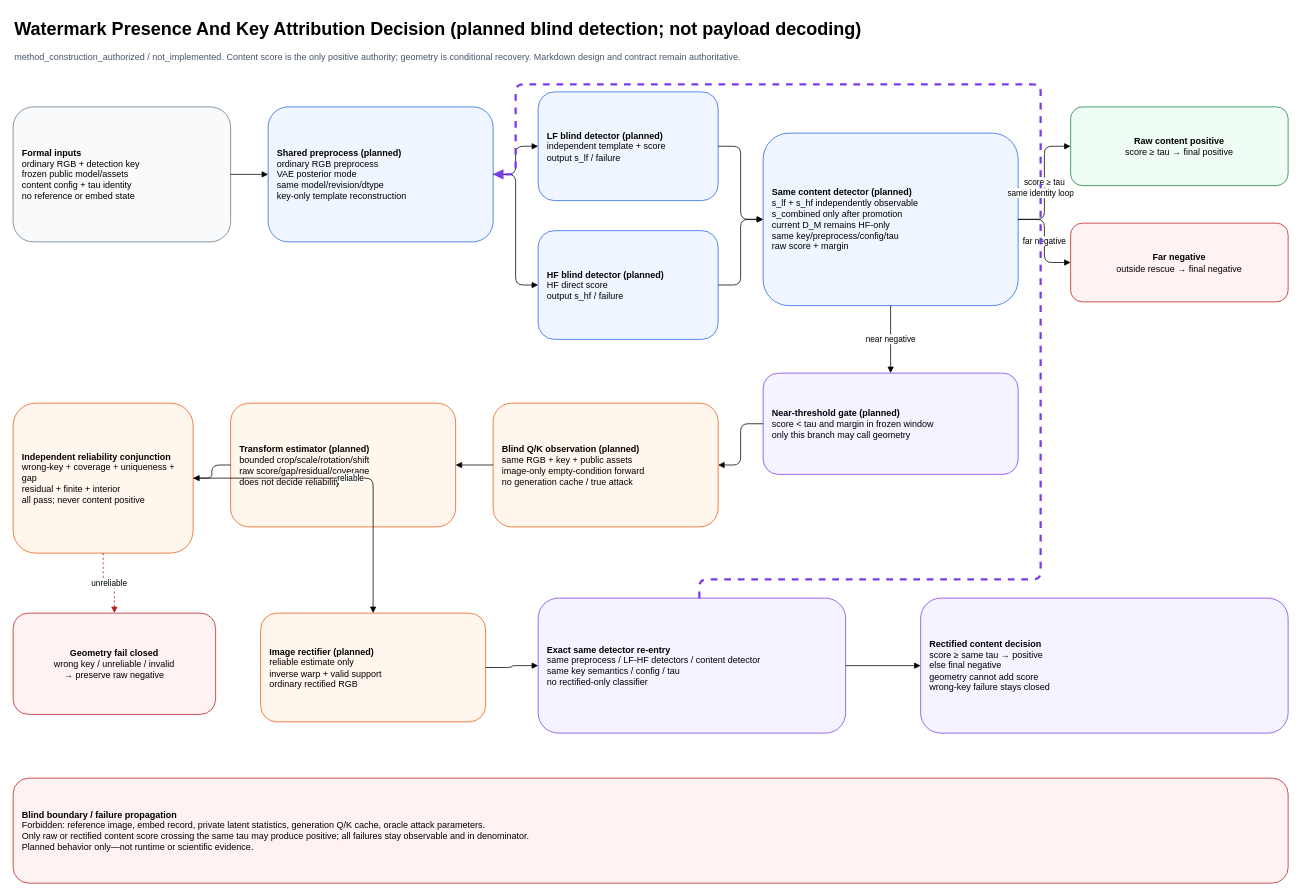
The draw.io diagram docs/design/diagrams/watermark_detection_and_key_attribution.drawio in RICHAAARC/CEG-WM, before the edit. Source tidied: cells renumbered, new cells numbered last; positions are measured from the earlier drawing's top-left corner, leaving out a move shared by most shapes. Both pictures are drawn from the tidied source at 75%, with x=0, y=0 at pixel (13, 13).
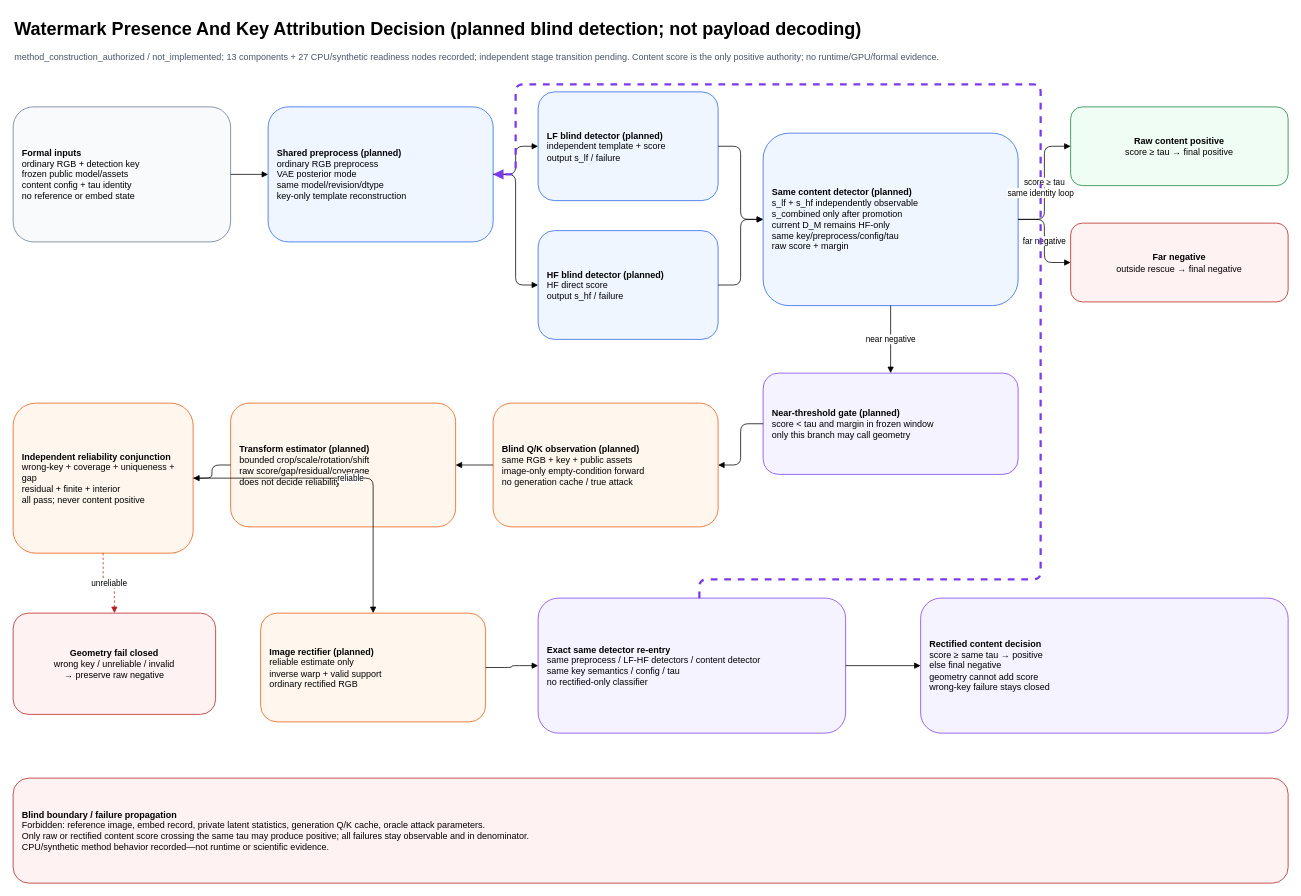
The same diagram, later.

The edit, as a diff of the source:
```diff
@@
-    <mxCell id="3" value="method_construction_authorized / not_implemented. Content score is the only positive authority; geometry is conditional recovery. Markdown design and contract remain authoritative." style="text;html=1;fontSize=12;align=left;fontColor=#475569;" parent="1" vertex="1">
+    <mxCell id="3" value="method_construction_authorized / not_implemented; 13 components + 27 CPU/synthetic readiness nodes recorded; independent stage transition pending. Content score is the only positive authority; no runtime/GPU/formal evidence." style="text;html=1;fontSize=12;align=left;fontColor=#475569;" parent="1" vertex="1">
       <mxGeometry y="45" width="1500" height="45" as="geometry" />
     </mxCell>
@@
-    <mxCell id="19" value="&lt;b&gt;Blind boundary / failure propagation&lt;/b&gt;&lt;br&gt;Forbidden: reference image, embed record, private latent statistics, generation Q/K cache, oracle attack parameters.&lt;br&gt;Only raw or rectified content score crossing the same tau may produce positive; all failures stay observable and in denominator.&lt;br&gt;Planned behavior only—not runtime or scientific evidence." style="rounded=1;whiteSpace=wrap;html=1;fillColor=#fef2f2;strokeColor=#b91c1c;align=left;spacing=12;" parent="1" vertex="1">
+    <mxCell id="19" value="&lt;b&gt;Blind boundary / failure propagation&lt;/b&gt;&lt;br&gt;Forbidden: reference image, embed record, private latent statistics, generation Q/K cache, oracle attack parameters.&lt;br&gt;Only raw or rectified content score crossing the same tau may produce positive; all failures stay observable and in denominator.&lt;br&gt;CPU/synthetic method behavior recorded—not runtime or scientific evidence." style="rounded=1;whiteSpace=wrap;html=1;fillColor=#fef2f2;strokeColor=#b91c1c;align=left;spacing=12;" parent="1" vertex="1">
       <mxGeometry y="1020" width="1700" height="140" as="geometry" />
     </mxCell>
```
